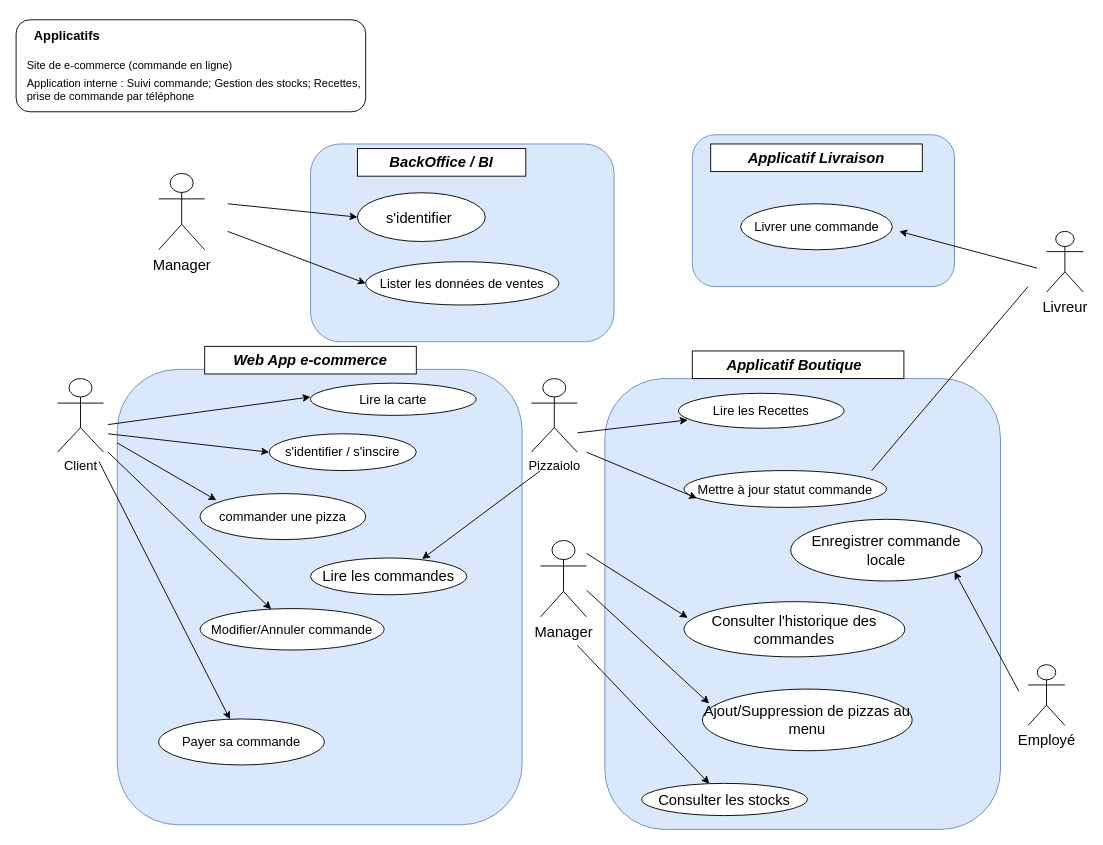
Ketut38/OC-P5-Pizza keeps this draw.io diagram as page "Use Case Général" (2 of 10) of P5-UseCase-definotion.drawio. Above is the earlier version. Source tidied: cells renumbered, new cells numbered last; positions are measured from the earlier drawing's top-left corner, leaving out a move shared by most shapes. Both pictures are drawn from the tidied source at 92%, with x=0, y=0 at pixel (16, 19).
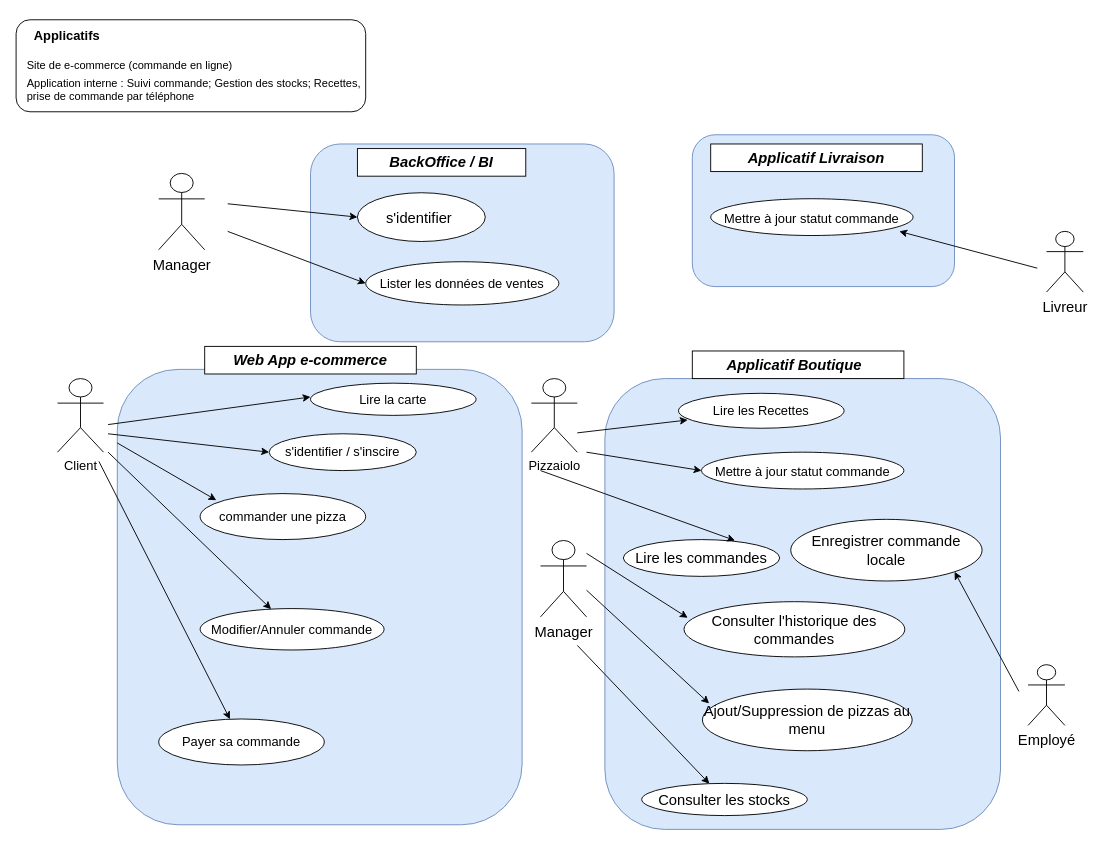
After the change.

Diff of the diagram source:
```diff
@@
     <mxCell id="18" value="Lire les commandes" style="ellipse;whiteSpace=wrap;html=1;fontSize=16;align=center;" parent="1" vertex="1">
-      <mxGeometry x="320" y="585" width="170" height="40" as="geometry" />
+      <mxGeometry x="660" y="565" width="170" height="40" as="geometry" />
     </mxCell>
@@
     <mxCell id="32" value="&lt;font style=&quot;font-size: 14px&quot;&gt;Mettre à jour statut commande&lt;/font&gt;" style="ellipse;whiteSpace=wrap;html=1;fontSize=16;align=center;" parent="1" vertex="1">
-      <mxGeometry x="726" y="490" width="220" height="40" as="geometry" />
+      <mxGeometry x="745" y="470" width="220" height="40" as="geometry" />
     </mxCell>
-    <mxCell id="33" style="endArrow=classic;html=1;fontSize=16;" parent="1" edge="1">
+    <mxCell id="33" style="endArrow=classic;html=1;fontSize=16;entryX=0;entryY=0.5;entryDx=0;entryDy=0;" parent="1" edge="1" target="32">
       <mxGeometry relative="1" as="geometry">
         <mxPoint x="620" y="470" as="sourcePoint" />
-        <mxPoint x="740" y="520" as="targetPoint" />
       </mxGeometry>
     </mxCell>
@@
-    <mxCell id="45" style="endArrow=none;html=1;" parent="1" edge="1">
-      <mxGeometry relative="1" as="geometry">
-        <mxPoint x="930" y="490" as="sourcePoint" />
-        <mxPoint x="1100" y="290" as="targetPoint" />
-      </mxGeometry>
-    </mxCell>
-    <mxCell id="46" value="&lt;font style=&quot;font-size: 14px&quot;&gt;Livrer une commande&lt;/font&gt;" style="ellipse;whiteSpace=wrap;html=1;" parent="1" vertex="1">
-      <mxGeometry x="787.5" y="200" width="165" height="50" as="geometry" />
-    </mxCell>
@@
+    <mxCell id="55" value="&lt;font style=&quot;font-size: 14px&quot;&gt;Mettre à jour statut commande&lt;/font&gt;" style="ellipse;whiteSpace=wrap;html=1;fontSize=16;align=center;" parent="1" vertex="1">
+      <mxGeometry x="755" y="194.5" width="220" height="40" as="geometry" />
+    </mxCell>
```
